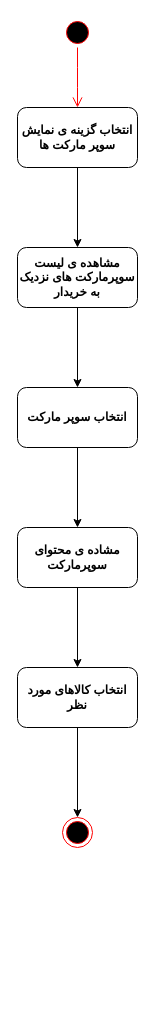
Earlier version of the draw.io diagram Supermarket Lists Diagram.drawio (marketplus95/marketplus95). Source tidied: cells renumbered, new cells numbered last; positions are measured from the earlier drawing's top-left corner, leaving out a move shared by most shapes. Both pictures are drawn from the tidied source at 100%, with x=0, y=0 at pixel (17, 17).
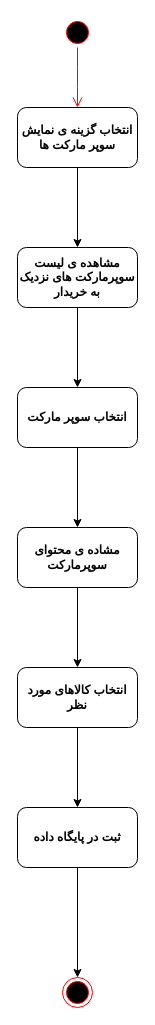
After the change.

Diff of the diagram source:
```diff
@@
 <mxGraphModel>
   <root>
     <mxCell id="0" />
     <mxCell id="1" parent="0" />
     <mxCell id="2" style="edgeStyle=orthogonalEdgeStyle;rounded=0;jettySize=auto;html=1;" parent="1" edge="1" source="3" target="5">
       <mxGeometry relative="1" as="geometry" />
     </mxCell>
     <mxCell id="3" value="&lt;div&gt;&lt;b&gt;انتخاب گزینه ی نمایش سوپر مارکت ها&lt;/b&gt;&lt;br&gt;&lt;/div&gt;" style="rounded=1;whiteSpace=wrap;html=1;" parent="1" vertex="1">
       <mxGeometry y="90" width="120" height="60" as="geometry" />
     </mxCell>
     <mxCell id="4" style="edgeStyle=orthogonalEdgeStyle;rounded=0;jettySize=auto;html=1;" parent="1" edge="1" source="5" target="7">
       <mxGeometry relative="1" as="geometry" />
     </mxCell>
     <mxCell id="5" value="&lt;b&gt;مشاهده ی لیست سوپرمارکت های نزدیک به خریدار&lt;/b&gt;" style="rounded=1;whiteSpace=wrap;html=1;" parent="1" vertex="1">
       <mxGeometry y="230" width="120" height="60" as="geometry" />
     </mxCell>
     <mxCell id="6" style="edgeStyle=orthogonalEdgeStyle;rounded=0;jettySize=auto;html=1;" parent="1" edge="1" source="7" target="9">
       <mxGeometry relative="1" as="geometry" />
     </mxCell>
     <mxCell id="7" value="&lt;b&gt;انتخاب سوپر مارکت&lt;/b&gt;" style="rounded=1;whiteSpace=wrap;html=1;" parent="1" vertex="1">
       <mxGeometry y="370" width="120" height="60" as="geometry" />
     </mxCell>
     <mxCell id="8" style="edgeStyle=orthogonalEdgeStyle;rounded=0;jettySize=auto;html=1;" parent="1" edge="1" source="9" target="11">
       <mxGeometry relative="1" as="geometry" />
     </mxCell>
     <mxCell id="9" value="&lt;b&gt;مشاده ی محتوای سوپرمارکت &lt;/b&gt;" style="rounded=1;whiteSpace=wrap;html=1;" parent="1" vertex="1">
       <mxGeometry y="510" width="120" height="60" as="geometry" />
     </mxCell>
-    <mxCell id="10" style="edgeStyle=orthogonalEdgeStyle;rounded=0;jettySize=auto;html=1;entryX=0.5;entryY=0;entryDx=0;entryDy=0;" parent="1" edge="1" source="11" target="14">
-      <mxGeometry relative="1" as="geometry" />
-    </mxCell>
+    <mxCell id="15" style="edgeStyle=orthogonalEdgeStyle;rounded=0;jettySize=auto;html=1;" parent="1" edge="1" source="11" target="17">
+      <mxGeometry relative="1" as="geometry" />
+    </mxCell>
     <mxCell id="11" value="&lt;b&gt;انتخاب کالاهای مورد نظر&lt;/b&gt;" style="rounded=1;whiteSpace=wrap;html=1;" parent="1" vertex="1">
       <mxGeometry y="650" width="120" height="60" as="geometry" />
     </mxCell>
+    <mxCell id="16" style="edgeStyle=orthogonalEdgeStyle;rounded=0;jettySize=auto;html=1;entryX=0.5;entryY=0;entryDx=0;entryDy=0;" parent="1" edge="1" source="17" target="14">
+      <mxGeometry relative="1" as="geometry" />
+    </mxCell>
+    <mxCell id="17" value="&lt;b&gt;ثبت در پایگاه داده&lt;/b&gt;" style="rounded=1;whiteSpace=wrap;html=1;" parent="1" vertex="1">
+      <mxGeometry y="790" width="120" height="60" as="geometry" />
+    </mxCell>
     <mxCell id="12" style="ellipse;html=1;shape=startState;fillColor=#000000;strokeColor=#ff0000;" parent="1" vertex="1">
       <mxGeometry x="45" width="30" height="30" as="geometry" />
     </mxCell>
     <mxCell id="13" style="edgeStyle=orthogonalEdgeStyle;html=1;verticalAlign=bottom;endArrow=open;endSize=8;strokeColor=#ff0000;" parent="1" edge="1" source="12">
       <mxGeometry relative="1" as="geometry">
         <mxPoint x="60" y="90" as="targetPoint" />
       </mxGeometry>
     </mxCell>
     <mxCell id="14" style="ellipse;html=1;shape=endState;fillColor=#000000;strokeColor=#ff0000;" parent="1" vertex="1">
-      <mxGeometry x="45" y="800" width="30" height="30" as="geometry" />
+      <mxGeometry x="45" y="960" width="30" height="30" as="geometry" />
     </mxCell>
   </root>
 </mxGraphModel>
```
